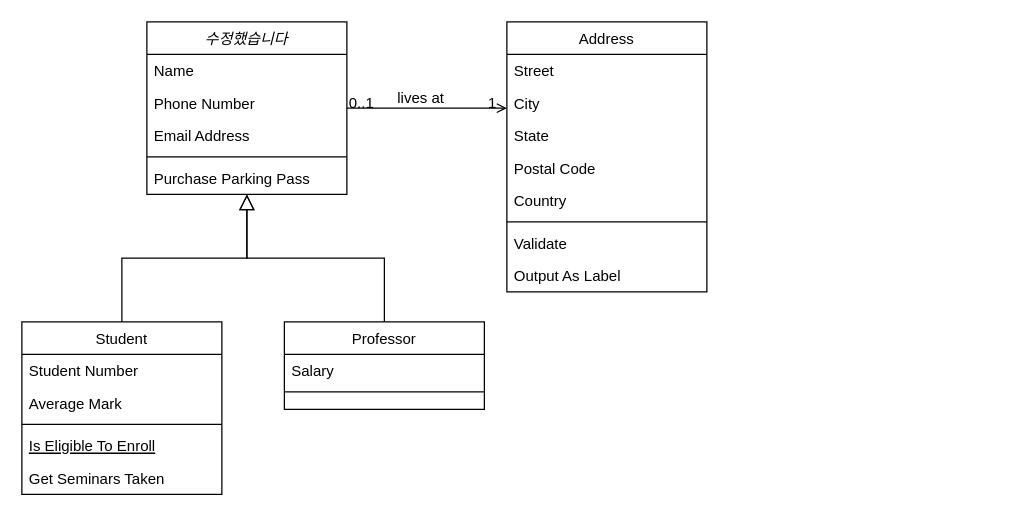
Earlier version of the draw.io diagram 제목 없는 다이어그램.drawio (likelion-hakerton-11th/back_end). Source tidied: cells renumbered, new cells numbered last; positions are measured from the earlier drawing's top-left corner, leaving out a move shared by most shapes. Both pictures are drawn from the tidied source at 125%, with x=0, y=0 at pixel (21, 21).
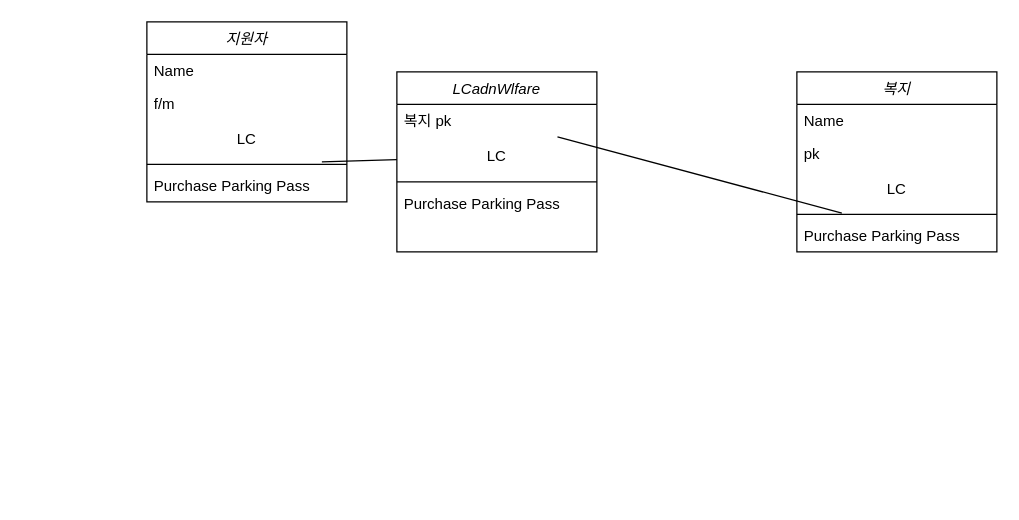
The same page after the edit.

Commit message:
제목 없는 다이어그램.drawio 업데이트

Change to the diagram source:
```diff
@@
-    <mxCell id="2" value="수정했습니다&#10;" style="swimlane;fontStyle=2;align=center;verticalAlign=top;horizontal=1;startSize=26;rounded=0;shadow=0;strokeWidth=1;" parent="1" vertex="1">
-      <mxGeometry x="100" width="160" height="138" as="geometry" />
+    <mxCell id="2" value="지원자" style="swimlane;fontStyle=2;align=center;verticalAlign=top;horizontal=1;startSize=26;rounded=0;shadow=0;strokeWidth=1;" parent="1" vertex="1">
+      <mxGeometry x="100" width="160" height="144" as="geometry" />
     </mxCell>
@@
-    <mxCell id="4" value="Phone Number" style="text;align=left;verticalAlign=top;spacingLeft=4;spacingRight=4;overflow=hidden;rounded=0;shadow=0;html=0;" parent="2" vertex="1">
+    <mxCell id="4" value="f/m" style="text;align=left;verticalAlign=top;spacingLeft=4;spacingRight=4;overflow=hidden;rounded=0;shadow=0;html=0;" parent="2" vertex="1">
       <mxGeometry y="52" width="160" height="26" as="geometry" />
     </mxCell>
-    <mxCell id="5" value="Email Address" style="text;align=left;verticalAlign=top;spacingLeft=4;spacingRight=4;overflow=hidden;rounded=0;shadow=0;html=0;" parent="2" vertex="1">
-      <mxGeometry y="78" width="160" height="26" as="geometry" />
-    </mxCell>
+    <mxCell id="32" value="LC" style="text;html=1;strokeColor=none;fillColor=none;align=center;verticalAlign=middle;whiteSpace=wrap;overflow=hidden;" parent="2" vertex="1">
+      <mxGeometry y="78" width="160" height="32" as="geometry" />
+    </mxCell>
     <mxCell id="6" style="line;html=1;strokeWidth=1;align=left;verticalAlign=middle;spacingTop=-1;spacingLeft=3;spacingRight=3;labelPosition=right;" parent="2" vertex="1">
-      <mxGeometry y="104" width="160" height="8" as="geometry" />
+      <mxGeometry y="110" width="160" height="8" as="geometry" />
     </mxCell>
     <mxCell id="7" value="Purchase Parking Pass" style="text;align=left;verticalAlign=top;spacingLeft=4;spacingRight=4;overflow=hidden;" parent="2" vertex="1">
-      <mxGeometry y="112" width="160" height="26" as="geometry" />
+      <mxGeometry y="118" width="160" height="26" as="geometry" />
     </mxCell>
-    <mxCell id="8" value="Student" style="swimlane;fontStyle=0;align=center;verticalAlign=top;horizontal=1;startSize=26;rounded=0;shadow=0;strokeWidth=1;" parent="1" vertex="1">
-      <mxGeometry y="240" width="160" height="138" as="geometry" />
-    </mxCell>
-    <mxCell id="9" value="Student Number" style="text;align=left;verticalAlign=top;spacingLeft=4;spacingRight=4;overflow=hidden;" parent="8" vertex="1">
-      <mxGeometry y="26" width="160" height="26" as="geometry" />
-    </mxCell>
-    <mxCell id="10" value="Average Mark" style="text;align=left;verticalAlign=top;spacingLeft=4;spacingRight=4;overflow=hidden;rounded=0;shadow=0;html=0;" parent="8" vertex="1">
-      <mxGeometry y="52" width="160" height="26" as="geometry" />
-    </mxCell>
-    <mxCell id="11" style="line;html=1;strokeWidth=1;align=left;verticalAlign=middle;spacingTop=-1;spacingLeft=3;spacingRight=3;labelPosition=right;" parent="8" vertex="1">
-      <mxGeometry y="78" width="160" height="8" as="geometry" />
-    </mxCell>
-    <mxCell id="12" value="Is Eligible To Enroll" style="text;align=left;verticalAlign=top;spacingLeft=4;spacingRight=4;overflow=hidden;fontStyle=4;" parent="8" vertex="1">
-      <mxGeometry y="86" width="160" height="26" as="geometry" />
-    </mxCell>
-    <mxCell id="13" value="Get Seminars Taken" style="text;align=left;verticalAlign=top;spacingLeft=4;spacingRight=4;overflow=hidden;" parent="8" vertex="1">
-      <mxGeometry y="112" width="160" height="26" as="geometry" />
-    </mxCell>
-    <mxCell id="14" style="endArrow=block;endSize=10;endFill=0;shadow=0;strokeWidth=1;rounded=0;edgeStyle=elbowEdgeStyle;elbow=vertical;" parent="1" edge="1" source="8" target="2">
-      <mxGeometry relative="1" as="geometry" />
-    </mxCell>
-    <mxCell id="15" value="Professor" style="swimlane;fontStyle=0;align=center;verticalAlign=top;horizontal=1;startSize=26;rounded=0;shadow=0;strokeWidth=1;" parent="1" vertex="1">
-      <mxGeometry x="210" y="240" width="160" height="70" as="geometry" />
-    </mxCell>
-    <mxCell id="16" value="Salary" style="text;align=left;verticalAlign=top;spacingLeft=4;spacingRight=4;overflow=hidden;" parent="15" vertex="1">
-      <mxGeometry y="26" width="160" height="26" as="geometry" />
-    </mxCell>
-    <mxCell id="17" style="line;html=1;strokeWidth=1;align=left;verticalAlign=middle;spacingTop=-1;spacingLeft=3;spacingRight=3;labelPosition=right;" parent="15" vertex="1">
-      <mxGeometry y="52" width="160" height="8" as="geometry" />
-    </mxCell>
-    <mxCell id="18" style="endArrow=block;endSize=10;endFill=0;shadow=0;strokeWidth=1;rounded=0;edgeStyle=elbowEdgeStyle;elbow=vertical;" parent="1" edge="1" source="15" target="2">
-      <mxGeometry relative="1" as="geometry" />
-    </mxCell>
-    <mxCell id="19" value="Address" style="swimlane;fontStyle=0;align=center;verticalAlign=top;horizontal=1;startSize=26;rounded=0;shadow=0;strokeWidth=1;" parent="1" vertex="1">
-      <mxGeometry x="388" width="160" height="216" as="geometry" />
-    </mxCell>
-    <mxCell id="20" value="Street" style="text;align=left;verticalAlign=top;spacingLeft=4;spacingRight=4;overflow=hidden;" parent="19" vertex="1">
-      <mxGeometry y="26" width="160" height="26" as="geometry" />
-    </mxCell>
-    <mxCell id="21" value="City" style="text;align=left;verticalAlign=top;spacingLeft=4;spacingRight=4;overflow=hidden;rounded=0;shadow=0;html=0;" parent="19" vertex="1">
-      <mxGeometry y="52" width="160" height="26" as="geometry" />
-    </mxCell>
-    <mxCell id="22" value="State" style="text;align=left;verticalAlign=top;spacingLeft=4;spacingRight=4;overflow=hidden;rounded=0;shadow=0;html=0;" parent="19" vertex="1">
-      <mxGeometry y="78" width="160" height="26" as="geometry" />
-    </mxCell>
-    <mxCell id="23" value="Postal Code" style="text;align=left;verticalAlign=top;spacingLeft=4;spacingRight=4;overflow=hidden;rounded=0;shadow=0;html=0;" parent="19" vertex="1">
-      <mxGeometry y="104" width="160" height="26" as="geometry" />
-    </mxCell>
-    <mxCell id="24" value="Country" style="text;align=left;verticalAlign=top;spacingLeft=4;spacingRight=4;overflow=hidden;rounded=0;shadow=0;html=0;" parent="19" vertex="1">
-      <mxGeometry y="130" width="160" height="26" as="geometry" />
-    </mxCell>
-    <mxCell id="25" style="line;html=1;strokeWidth=1;align=left;verticalAlign=middle;spacingTop=-1;spacingLeft=3;spacingRight=3;labelPosition=right;" parent="19" vertex="1">
-      <mxGeometry y="156" width="160" height="8" as="geometry" />
-    </mxCell>
-    <mxCell id="26" value="Validate" style="text;align=left;verticalAlign=top;spacingLeft=4;spacingRight=4;overflow=hidden;" parent="19" vertex="1">
-      <mxGeometry y="164" width="160" height="26" as="geometry" />
-    </mxCell>
-    <mxCell id="27" value="Output As Label" style="text;align=left;verticalAlign=top;spacingLeft=4;spacingRight=4;overflow=hidden;" parent="19" vertex="1">
-      <mxGeometry y="190" width="160" height="26" as="geometry" />
-    </mxCell>
-    <mxCell id="28" style="endArrow=open;shadow=0;strokeWidth=1;rounded=0;endFill=1;edgeStyle=elbowEdgeStyle;elbow=vertical;" parent="1" edge="1" source="2" target="19">
-      <mxGeometry x="0.5" y="41" relative="1" as="geometry">
-        <mxPoint x="-40" y="32" as="offset" />
-      </mxGeometry>
-    </mxCell>
-    <mxCell id="29" value="0..1" style="align=left;verticalAlign=bottom;labelBackgroundColor=none;fontSize=12;" parent="28" vertex="1">
-      <mxGeometry x="-1" relative="1" as="geometry">
-        <mxPoint y="4" as="offset" />
-      </mxGeometry>
-    </mxCell>
-    <mxCell id="30" value="1" style="align=right;verticalAlign=bottom;labelBackgroundColor=none;fontSize=12;" parent="28" vertex="1">
-      <mxGeometry x="1" relative="1" as="geometry">
-        <mxPoint x="-7" y="4" as="offset" />
-      </mxGeometry>
-    </mxCell>
-    <mxCell id="31" value="lives at" style="text;html=1;align=center;verticalAlign=middle;labelBackgroundColor=none;rounded=0;shadow=0;strokeWidth=1;fontSize=12;" parent="28" vertex="1">
-      <mxGeometry x="0.5" y="49" relative="1" as="geometry">
-        <mxPoint x="-38" y="40" as="offset" />
-      </mxGeometry>
-    </mxCell>
+    <mxCell id="33" value="복지" style="swimlane;fontStyle=2;align=center;verticalAlign=top;horizontal=1;startSize=26;rounded=0;shadow=0;strokeWidth=1;" parent="1" vertex="1">
+      <mxGeometry x="620" y="40" width="160" height="144" as="geometry" />
+    </mxCell>
+    <mxCell id="34" value="Name" style="text;align=left;verticalAlign=top;spacingLeft=4;spacingRight=4;overflow=hidden;" parent="33" vertex="1">
+      <mxGeometry y="26" width="160" height="26" as="geometry" />
+    </mxCell>
+    <mxCell id="35" value="pk" style="text;align=left;verticalAlign=top;spacingLeft=4;spacingRight=4;overflow=hidden;rounded=0;shadow=0;html=0;" parent="33" vertex="1">
+      <mxGeometry y="52" width="160" height="26" as="geometry" />
+    </mxCell>
+    <mxCell id="36" value="LC" style="text;html=1;strokeColor=none;fillColor=none;align=center;verticalAlign=middle;whiteSpace=wrap;overflow=hidden;" parent="33" vertex="1">
+      <mxGeometry y="78" width="160" height="32" as="geometry" />
+    </mxCell>
+    <mxCell id="37" style="line;html=1;strokeWidth=1;align=left;verticalAlign=middle;spacingTop=-1;spacingLeft=3;spacingRight=3;labelPosition=right;" parent="33" vertex="1">
+      <mxGeometry y="110" width="160" height="8" as="geometry" />
+    </mxCell>
+    <mxCell id="38" value="Purchase Parking Pass" style="text;align=left;verticalAlign=top;spacingLeft=4;spacingRight=4;overflow=hidden;points=[[0,0.5],[1,0.5]];portConstraint=eastwest;" parent="33" vertex="1">
+      <mxGeometry y="118" width="160" height="26" as="geometry" />
+    </mxCell>
+    <mxCell id="39" value="LCadnWlfare" style="swimlane;fontStyle=2;align=center;verticalAlign=top;horizontal=1;startSize=26;rounded=0;shadow=0;strokeWidth=1;" parent="1" vertex="1">
+      <mxGeometry x="300" y="40" width="160" height="144" as="geometry" />
+    </mxCell>
+    <mxCell id="40" value="복지 pk" style="text;align=left;verticalAlign=top;spacingLeft=4;spacingRight=4;overflow=hidden;points=[[0,0.5],[1,0.5]];portConstraint=eastwest;" parent="39" vertex="1">
+      <mxGeometry y="26" width="160" height="26" as="geometry" />
+    </mxCell>
+    <mxCell id="41" value="LC" style="text;html=1;strokeColor=none;fillColor=none;align=center;verticalAlign=middle;whiteSpace=wrap;overflow=hidden;" parent="39" vertex="1">
+      <mxGeometry y="52" width="160" height="32" as="geometry" />
+    </mxCell>
+    <mxCell id="42" style="line;html=1;strokeWidth=1;align=left;verticalAlign=middle;spacingTop=-1;spacingLeft=3;spacingRight=3;labelPosition=right;" parent="39" vertex="1">
+      <mxGeometry y="84" width="160" height="8" as="geometry" />
+    </mxCell>
+    <mxCell id="43" value="Purchase Parking Pass" style="text;align=left;verticalAlign=top;spacingLeft=4;spacingRight=4;overflow=hidden;" parent="39" vertex="1">
+      <mxGeometry y="92" width="160" height="26" as="geometry" />
+    </mxCell>
+    <mxCell id="44" style="endArrow=none;html=1;rounded=0;entryX=0.225;entryY=-0.192;entryDx=0;entryDy=0;entryPerimeter=0;" parent="1" edge="1" source="40" target="38">
+      <mxGeometry relative="1" as="geometry" />
+    </mxCell>
+    <mxCell id="45" style="endArrow=none;html=1;rounded=0;entryX=0.875;entryY=1.063;entryDx=0;entryDy=0;entryPerimeter=0;" parent="1" edge="1" source="41" target="32">
+      <mxGeometry relative="1" as="geometry" />
+    </mxCell>
```
